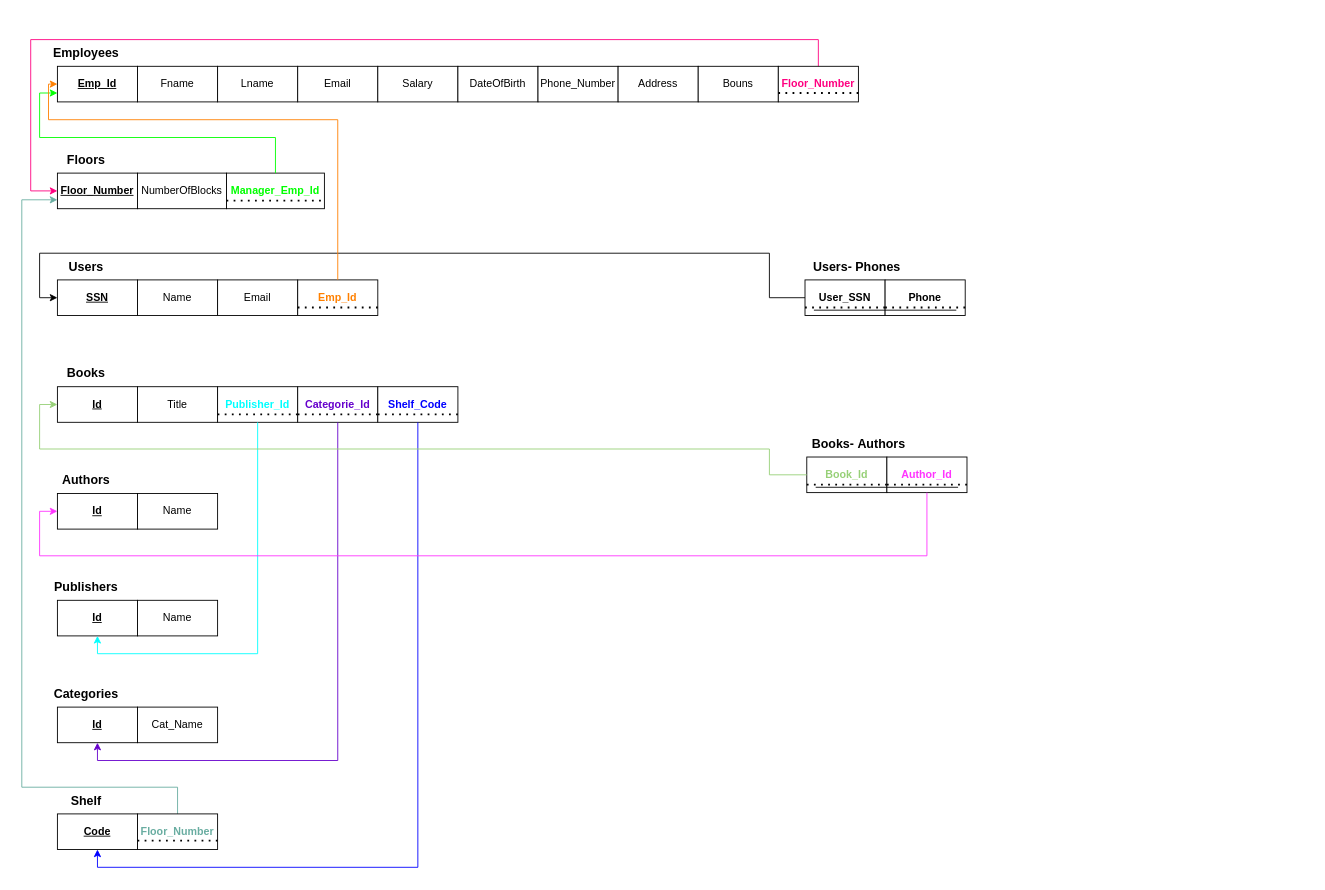
This is page "Page-1" (1 of 2) of Route Exam Mapping.drawio from Al-Bashir/drow.io, a draw.io file, before an edit. Source tidied: cells renumbered, new cells numbered last; positions are measured from the earlier drawing's top-left corner, leaving out a move shared by most shapes. Both pictures are drawn from the tidied source at 89%, with x=0, y=0 at pixel (21, 39).
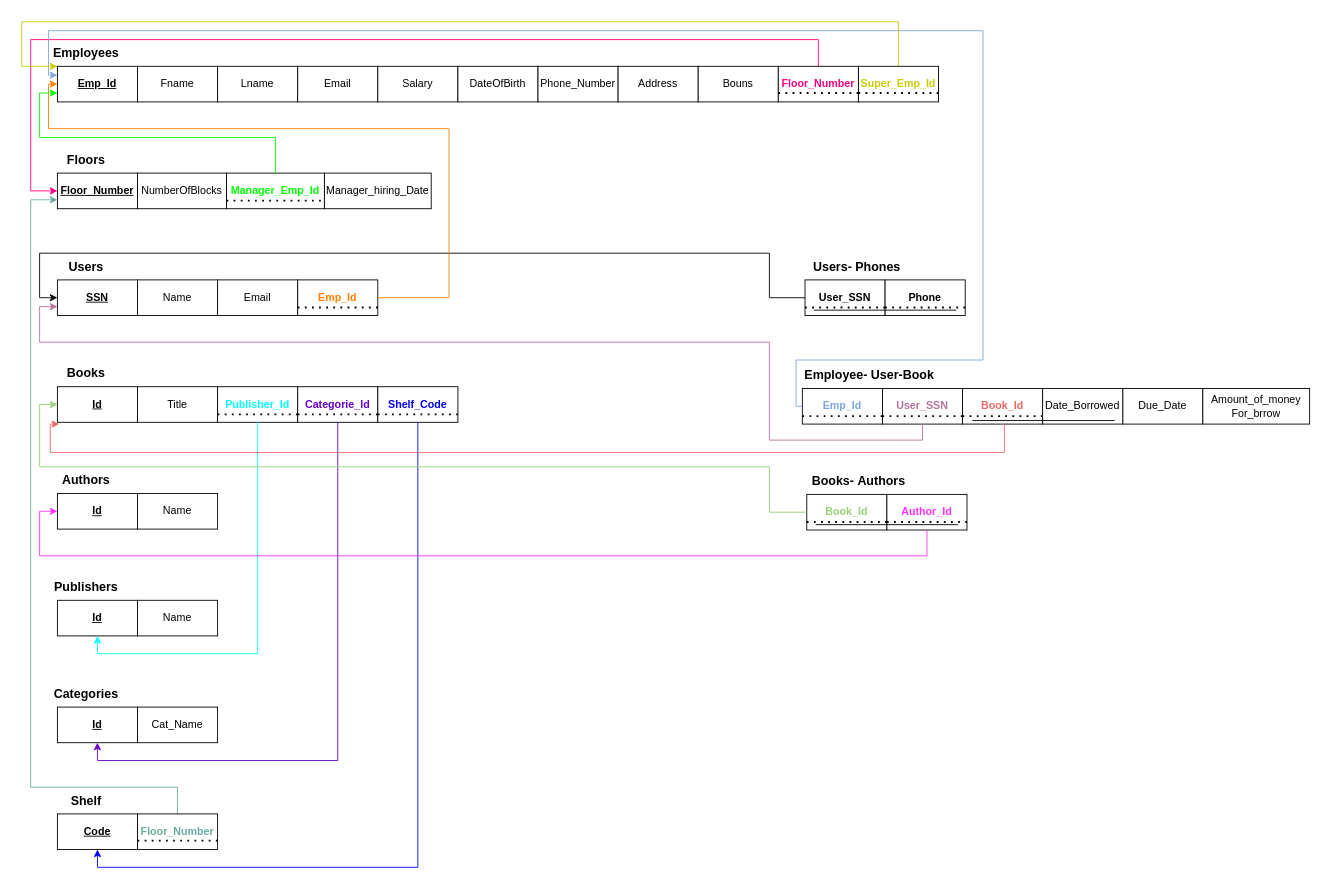
Above is the later version.

Unchanged cells that the change refers to:
```xml
<mxCell id="2" value="&lt;b&gt;&lt;u&gt;Emp_Id&lt;/u&gt;&lt;/b&gt;" style="rounded=0;whiteSpace=wrap;html=1;" parent="1" vertex="1">
  <mxGeometry x="40" y="30" width="90" height="40" as="geometry" />
</mxCell>
<mxCell id="13" value="&lt;b&gt;&lt;u&gt;Floor_Number&lt;/u&gt;&lt;/b&gt;" style="rounded=0;whiteSpace=wrap;html=1;" parent="1" vertex="1">
  <mxGeometry x="40" y="150" width="90" height="40" as="geometry" />
</mxCell>
<mxCell id="16" value="&lt;b&gt;&lt;u&gt;SSN&lt;/u&gt;&lt;/b&gt;" style="rounded=0;whiteSpace=wrap;html=1;" parent="1" vertex="1">
  <mxGeometry x="40" y="270" width="90" height="40" as="geometry" />
</mxCell>
<mxCell id="29" value="&lt;b&gt;&lt;u&gt;Id&lt;/u&gt;&lt;/b&gt;" style="rounded=0;whiteSpace=wrap;html=1;" parent="1" vertex="1">
  <mxGeometry x="40" y="390" width="90" height="40" as="geometry" />
</mxCell>
<mxCell id="51" value="&lt;span style=&quot;text-wrap: nowrap;&quot;&gt;&lt;font color=&quot;#ff8000&quot; style=&quot;font-size: 12px;&quot;&gt;&lt;b style=&quot;&quot;&gt;Emp_Id&lt;/b&gt;&lt;/font&gt;&lt;/span&gt;" style="rounded=0;whiteSpace=wrap;html=1;" parent="50" vertex="1">
  <mxGeometry width="90" height="40" as="geometry" />
</mxCell>
<mxCell id="55" value="&lt;b&gt;&lt;font color=&quot;#69ada1&quot;&gt;Floor_Number&lt;/font&gt;&lt;/b&gt;" style="rounded=0;whiteSpace=wrap;html=1;" parent="1" vertex="1">
  <mxGeometry x="130" y="870" width="90" height="40" as="geometry" />
</mxCell>
<mxCell id="71" value="&lt;span style=&quot;text-wrap: nowrap;&quot;&gt;&lt;font color=&quot;#97d077&quot; style=&quot;font-size: 12px;&quot;&gt;&lt;b&gt;Book_Id&lt;/b&gt;&lt;/font&gt;&lt;/span&gt;" style="rounded=0;whiteSpace=wrap;html=1;" parent="70" vertex="1">
  <mxGeometry width="90" height="40" as="geometry" />
</mxCell>
```

What changed in the source:
```diff
@@
-    <mxCell id="53" style="edgeStyle=orthogonalEdgeStyle;rounded=0;jettySize=auto;html=1;exitX=0.5;exitY=0;exitDx=0;exitDy=0;entryX=0;entryY=0.5;entryDx=0;entryDy=0;strokeColor=#FF8000;" parent="1" edge="1" source="51" target="2">
+    <mxCell id="53" style="edgeStyle=orthogonalEdgeStyle;rounded=0;jettySize=auto;html=1;exitX=1;exitY=0.5;exitDx=0;exitDy=0;entryX=0;entryY=0.5;entryDx=0;entryDy=0;strokeColor=#FF8000;" parent="1" edge="1" source="51" target="2">
       <mxGeometry relative="1" as="geometry">
         <Array as="points">
-          <mxPoint x="355" y="90" />
-          <mxPoint x="30" y="90" />
+          <mxPoint x="480" y="290" />
+          <mxPoint x="480" y="100" />
+          <mxPoint x="30" y="100" />
           <mxPoint x="30" y="50" />
         </Array>
       </mxGeometry>
     </mxCell>
     <mxCell id="54" style="edgeStyle=orthogonalEdgeStyle;rounded=0;jettySize=auto;html=1;exitX=0.5;exitY=0;exitDx=0;exitDy=0;entryX=0;entryY=0.75;entryDx=0;entryDy=0;strokeColor=#69ADA1;" parent="1" edge="1" source="55" target="13">
       <mxGeometry relative="1" as="geometry">
         <Array as="points">
           <mxPoint x="175" y="840" />
-          <mxPoint y="840" />
-          <mxPoint y="180" />
+          <mxPoint x="10" y="840" />
+          <mxPoint x="10" y="180" />
         </Array>
       </mxGeometry>
     </mxCell>
@@
     <mxCell id="69" value="&lt;b&gt;&lt;font style=&quot;font-size: 14px;&quot;&gt;Books&lt;/font&gt;&lt;/b&gt;&lt;b&gt;&lt;font style=&quot;font-size: 14px;&quot;&gt;-&amp;nbsp;&lt;/font&gt;&lt;/b&gt;&lt;b&gt;&lt;font style=&quot;font-size: 14px;&quot;&gt;Authors&lt;/font&gt;&lt;/b&gt;" style="text;html=1;align=center;verticalAlign=middle;strokeColor=none;fillColor=none;" parent="1" vertex="1">
-      <mxGeometry x="875" y="439" width="130" height="30" as="geometry" />
+      <mxGeometry x="875" y="481" width="130" height="30" as="geometry" />
     </mxCell>
     <mxCell id="70" style="group;" parent="1" vertex="1">
-      <mxGeometry x="882" y="469" width="90" height="40" as="geometry" />
+      <mxGeometry x="882" y="511" width="90" height="40" as="geometry" />
     </mxCell>
@@
     <mxCell id="73" style="group;" parent="1" vertex="1">
-      <mxGeometry x="972" y="469" width="90" height="40" as="geometry" />
+      <mxGeometry x="972" y="511" width="90" height="40" as="geometry" />
     </mxCell>
@@
     <mxCell id="76" style="endArrow=none;html=1;rounded=0;" parent="1" edge="1">
       <mxGeometry relative="1" as="geometry">
-        <mxPoint x="892" y="503" as="sourcePoint" />
-        <mxPoint x="1052" y="503" as="targetPoint" />
+        <mxPoint x="892" y="545" as="sourcePoint" />
+        <mxPoint x="1052" y="545" as="targetPoint" />
       </mxGeometry>
     </mxCell>
     <mxCell id="77" style="edgeStyle=orthogonalEdgeStyle;rounded=0;jettySize=auto;html=1;exitX=0;exitY=0.5;exitDx=0;exitDy=0;entryX=0;entryY=0.5;entryDx=0;entryDy=0;strokeColor=#97D077;" parent="1" edge="1" source="71" target="29">
       <mxGeometry relative="1" as="geometry">
         <Array as="points">
-          <mxPoint x="840" y="489" />
-          <mxPoint x="840" y="460" />
-          <mxPoint x="20" y="460" />
+          <mxPoint x="840" y="531" />
+          <mxPoint x="840" y="480" />
+          <mxPoint x="20" y="480" />
           <mxPoint x="20" y="410" />
         </Array>
       </mxGeometry>
     </mxCell>
@@
+    <mxCell id="79" value="Manager_hiring_Date" style="rounded=0;whiteSpace=wrap;html=1;" parent="1" vertex="1">
+      <mxGeometry x="340" y="150" width="120" height="40" as="geometry" />
+    </mxCell>
+    <mxCell id="80" value="&lt;b&gt;&lt;font style=&quot;font-size: 14px;&quot;&gt;Employee&lt;/font&gt;&lt;/b&gt;&lt;b&gt;&lt;font style=&quot;font-size: 14px;&quot;&gt;-&amp;nbsp;&lt;/font&gt;&lt;/b&gt;&lt;b&gt;&lt;font style=&quot;font-size: 14px;&quot;&gt;User-&lt;/font&gt;&lt;/b&gt;&lt;b&gt;&lt;font style=&quot;font-size: 14px;&quot;&gt;Book&lt;/font&gt;&lt;/b&gt;" style="text;html=1;align=center;verticalAlign=middle;strokeColor=none;fillColor=none;" parent="1" vertex="1">
+      <mxGeometry x="867" y="362" width="170" height="30" as="geometry" />
+    </mxCell>
+    <mxCell id="81" style="group;" parent="1" vertex="1">
+      <mxGeometry x="967" y="392" width="90" height="40" as="geometry" />
+    </mxCell>
+    <mxCell id="82" value="&lt;span style=&quot;text-wrap: nowrap;&quot;&gt;&lt;font color=&quot;#b5739d&quot; style=&quot;font-size: 12px;&quot;&gt;&lt;b&gt;User_SSN&lt;/b&gt;&lt;/font&gt;&lt;/span&gt;" style="rounded=0;whiteSpace=wrap;html=1;" parent="81" vertex="1">
+      <mxGeometry width="90" height="40" as="geometry" />
+    </mxCell>
+    <mxCell id="83" style="endArrow=none;dashed=1;html=1;dashPattern=1 3;strokeWidth=2;rounded=0;" parent="81" edge="1">
+      <mxGeometry relative="1" as="geometry">
+        <mxPoint y="31" as="sourcePoint" />
+        <mxPoint x="90" y="31" as="targetPoint" />
+      </mxGeometry>
+    </mxCell>
+    <mxCell id="84" style="group;" parent="1" vertex="1">
+      <mxGeometry x="1057" y="392" width="90" height="40" as="geometry" />
+    </mxCell>
+    <mxCell id="85" value="&lt;span style=&quot;text-wrap: nowrap;&quot;&gt;&lt;font color=&quot;#ea6b66&quot; style=&quot;font-size: 12px;&quot;&gt;&lt;b style=&quot;&quot;&gt;Book_Id&lt;/b&gt;&lt;/font&gt;&lt;/span&gt;" style="rounded=0;whiteSpace=wrap;html=1;" parent="84" vertex="1">
+      <mxGeometry width="90" height="40" as="geometry" />
+    </mxCell>
+    <mxCell id="86" style="endArrow=none;dashed=1;html=1;dashPattern=1 3;strokeWidth=2;rounded=0;" parent="84" edge="1">
+      <mxGeometry relative="1" as="geometry">
+        <mxPoint y="31" as="sourcePoint" />
+        <mxPoint x="90" y="31" as="targetPoint" />
+      </mxGeometry>
+    </mxCell>
+    <mxCell id="87" style="group;" parent="1" vertex="1">
+      <mxGeometry x="877" y="392" width="90" height="40" as="geometry" />
+    </mxCell>
+    <mxCell id="88" value="&lt;span style=&quot;text-wrap: nowrap;&quot;&gt;&lt;font color=&quot;#7ea6e0&quot; style=&quot;font-size: 12px;&quot;&gt;&lt;b style=&quot;&quot;&gt;Emp_Id&lt;/b&gt;&lt;/font&gt;&lt;/span&gt;" style="rounded=0;whiteSpace=wrap;html=1;" parent="87" vertex="1">
+      <mxGeometry width="90" height="40" as="geometry" />
+    </mxCell>
+    <mxCell id="89" style="endArrow=none;dashed=1;html=1;dashPattern=1 3;strokeWidth=2;rounded=0;" parent="87" edge="1">
+      <mxGeometry relative="1" as="geometry">
+        <mxPoint y="31" as="sourcePoint" />
+        <mxPoint x="90" y="31" as="targetPoint" />
+      </mxGeometry>
+    </mxCell>
+    <mxCell id="90" style="edgeStyle=orthogonalEdgeStyle;rounded=0;jettySize=auto;html=1;entryX=0;entryY=0.25;entryDx=0;entryDy=0;strokeColor=#7EA6E0;" parent="1" edge="1" source="88" target="2">
+      <mxGeometry relative="1" as="geometry">
+        <Array as="points">
+          <mxPoint x="870" y="412" />
+          <mxPoint x="870" y="360" />
+          <mxPoint x="1080" y="360" />
+          <mxPoint x="1080" y="-10" />
+          <mxPoint x="30" y="-10" />
+          <mxPoint x="30" y="40" />
+        </Array>
+      </mxGeometry>
+    </mxCell>
+    <mxCell id="91" style="edgeStyle=orthogonalEdgeStyle;rounded=0;jettySize=auto;html=1;exitX=0.5;exitY=1;exitDx=0;exitDy=0;entryX=0;entryY=0.75;entryDx=0;entryDy=0;strokeColor=#B5739D;" parent="1" edge="1" source="82" target="16">
+      <mxGeometry relative="1" as="geometry">
+        <Array as="points">
+          <mxPoint x="1012" y="450" />
+          <mxPoint x="840" y="450" />
+          <mxPoint x="840" y="340" />
+          <mxPoint x="20" y="340" />
+          <mxPoint x="20" y="300" />
+        </Array>
+      </mxGeometry>
+    </mxCell>
+    <mxCell id="92" style="edgeStyle=orthogonalEdgeStyle;rounded=0;jettySize=auto;html=1;exitX=0.5;exitY=1;exitDx=0;exitDy=0;entryX=0;entryY=0.75;entryDx=0;entryDy=0;strokeColor=#EA6B66;" parent="1" edge="1" source="85">
+      <mxGeometry relative="1" as="geometry">
+        <mxPoint x="42" y="432" as="targetPoint" />
+        <Array as="points">
+          <mxPoint x="1104" y="432" />
+          <mxPoint x="1104" y="464" />
+          <mxPoint x="32" y="464" />
+          <mxPoint x="32" y="432" />
+        </Array>
+      </mxGeometry>
+    </mxCell>
+    <mxCell id="93" value="Due_Date" style="rounded=0;whiteSpace=wrap;html=1;" parent="1" vertex="1">
+      <mxGeometry x="1237" y="392" width="90" height="40" as="geometry" />
+    </mxCell>
+    <mxCell id="94" value="Date_Borrowed" style="rounded=0;whiteSpace=wrap;html=1;" parent="1" vertex="1">
+      <mxGeometry x="1147" y="392" width="90" height="40" as="geometry" />
+    </mxCell>
+    <mxCell id="95" value="Amount_of_money&lt;br/&gt;For_brrow" style="rounded=0;whiteSpace=wrap;html=1;" parent="1" vertex="1">
+      <mxGeometry x="1327" y="392" width="120" height="40" as="geometry" />
+    </mxCell>
+    <mxCell id="96" style="endArrow=none;html=1;rounded=0;" parent="1" edge="1">
+      <mxGeometry relative="1" as="geometry">
+        <mxPoint x="1068" y="428" as="sourcePoint" />
+        <mxPoint x="1228" y="428" as="targetPoint" />
+      </mxGeometry>
+    </mxCell>
+    <mxCell id="97" style="edgeStyle=orthogonalEdgeStyle;rounded=0;jettySize=auto;html=1;exitX=0.5;exitY=0;exitDx=0;exitDy=0;strokeColor=#CCCC00;entryX=0;entryY=0;entryDx=0;entryDy=0;" parent="1" edge="1" source="98" target="2">
+      <mxGeometry relative="1" as="geometry">
+        <Array as="points">
+          <mxPoint x="985" y="-20" />
+          <mxPoint y="-20" />
+          <mxPoint y="30" />
+        </Array>
+      </mxGeometry>
+    </mxCell>
+    <mxCell id="98" value="&lt;b&gt;&lt;font color=&quot;#cccc00&quot;&gt;Super_Emp_Id&lt;/font&gt;&lt;/b&gt;" style="rounded=0;whiteSpace=wrap;html=1;" parent="1" vertex="1">
+      <mxGeometry x="940" y="30" width="90" height="40" as="geometry" />
+    </mxCell>
+    <mxCell id="99" style="endArrow=none;dashed=1;html=1;dashPattern=1 3;strokeWidth=2;rounded=0;" parent="1" edge="1">
+      <mxGeometry relative="1" as="geometry">
+        <mxPoint x="940" y="60" as="sourcePoint" />
+        <mxPoint x="1030" y="60" as="targetPoint" />
+      </mxGeometry>
+    </mxCell>
```
